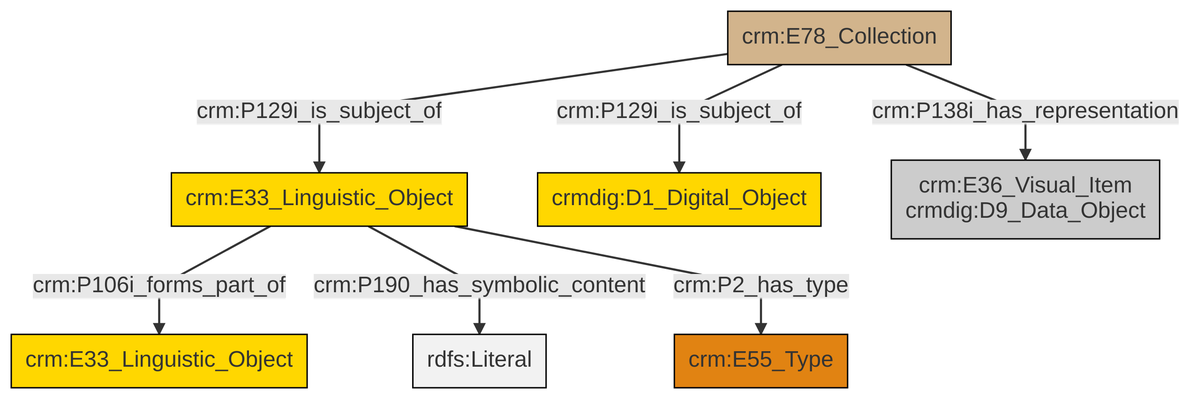
swiss-art-research-net/docs.swissartresearch keeps this Mermaid diagram as et/archivalCSV/ttl/mmd/png/archival_docs.png. Above is the earlier version. Its source is kept beside it as et/archivalCSV/ttl/mmd/archival_docs.ttl.mmd.
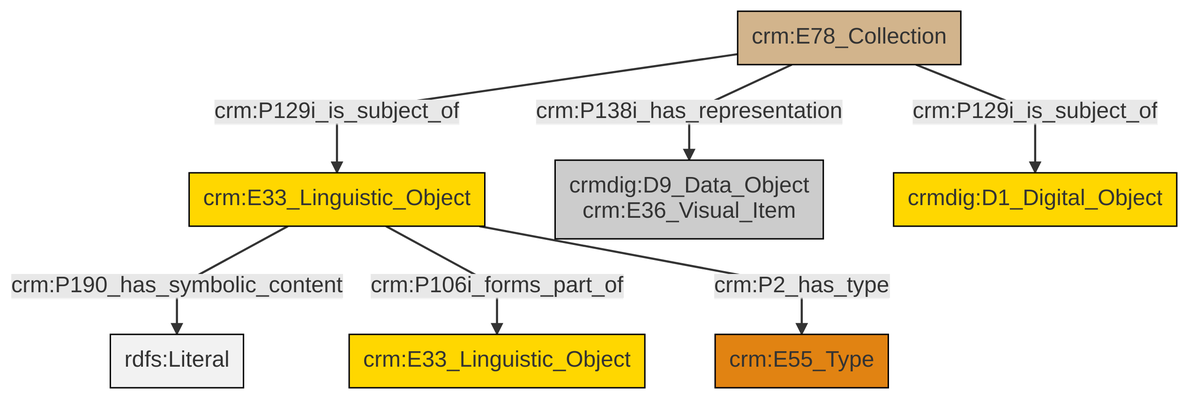
After the change.

The edit, as a diff of the source:
```diff
@@ -13,9 +13,9 @@
 classDef PC_Classes fill:#4ce600, stroke:#000000;
 classDef Multi fill:#cccccc,stroke:#000000;
 
-0["crm:E33_Linguistic_Object"]:::Conceptual_Object -->|crm:P106i_forms_part_of| 1["crm:E33_Linguistic_Object"]:::Conceptual_Object
-4["crm:E78_Collection"]:::Physical_Thing -->|crm:P138i_has_representation| 5["crm:E36_Visual_Item<br>crmdig:D9_Data_Object"]:::Multi
-0["crm:E33_Linguistic_Object"]:::Conceptual_Object -->|crm:P190_has_symbolic_content| 10[rdfs:Literal]:::Literal
-4["crm:E78_Collection"]:::Physical_Thing -->|crm:P129i_is_subject_of| 0["crm:E33_Linguistic_Object"]:::Conceptual_Object
-0["crm:E33_Linguistic_Object"]:::Conceptual_Object -->|crm:P2_has_type| 7["crm:E55_Type"]:::Type
-4["crm:E78_Collection"]:::Physical_Thing -->|crm:P129i_is_subject_of| 2["crmdig:D1_Digital_Object"]:::Conceptual_Object
+2["crm:E33_Linguistic_Object"]:::Conceptual_Object -->|crm:P190_has_symbolic_content| 8[rdfs:Literal]:::Literal
+2["crm:E33_Linguistic_Object"]:::Conceptual_Object -->|crm:P106i_forms_part_of| 4["crm:E33_Linguistic_Object"]:::Conceptual_Object
+6["crm:E78_Collection"]:::Physical_Thing -->|crm:P138i_has_representation| 10["crmdig:D9_Data_Object<br>crm:E36_Visual_Item"]:::Multi
+6["crm:E78_Collection"]:::Physical_Thing -->|crm:P129i_is_subject_of| 2["crm:E33_Linguistic_Object"]:::Conceptual_Object
+6["crm:E78_Collection"]:::Physical_Thing -->|crm:P129i_is_subject_of| 12["crmdig:D1_Digital_Object"]:::Conceptual_Object
+2["crm:E33_Linguistic_Object"]:::Conceptual_Object -->|crm:P2_has_type| 0["crm:E55_Type"]:::Type
```
